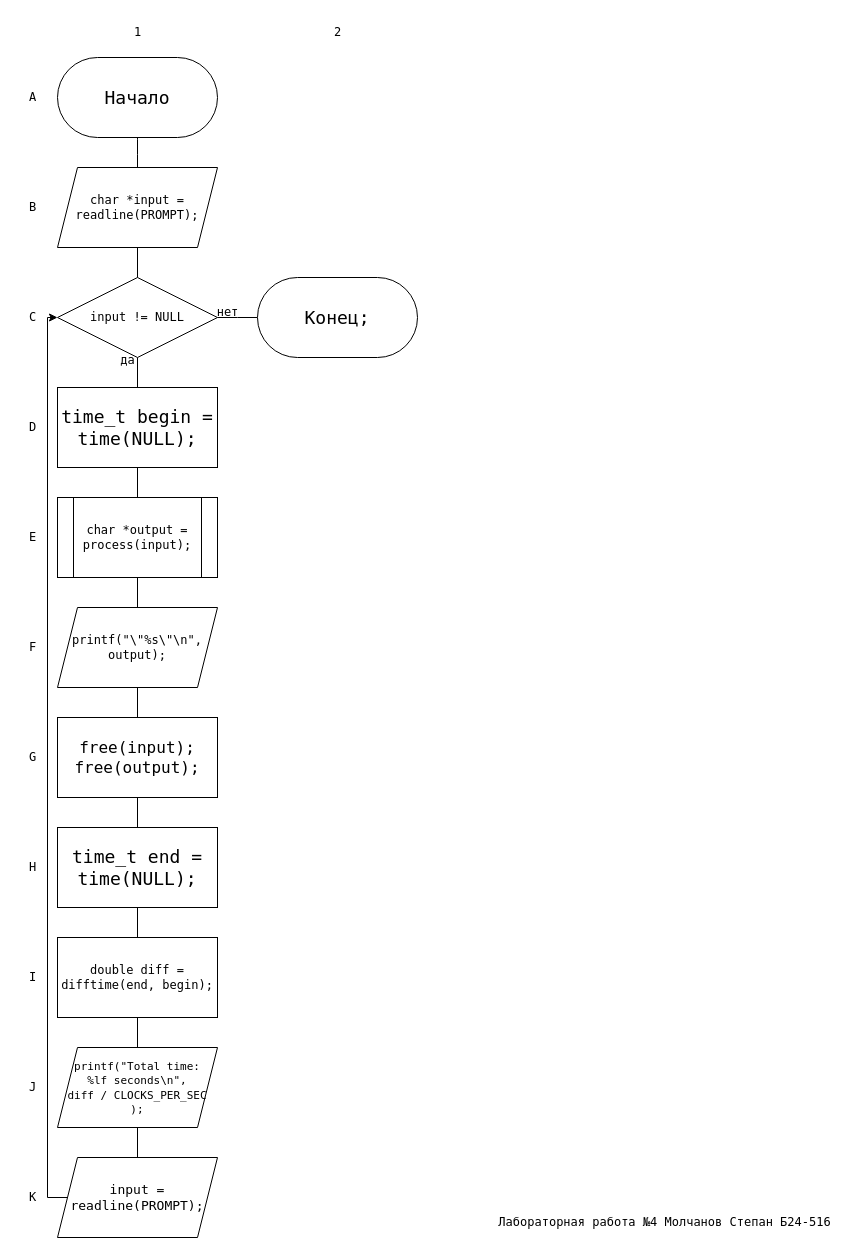
Above: page "main" (1 of 9) of lab4/flowchart.drawio in molchanov71/MEPhIflowcharts (draw.io), before the change. Source tidied: cells renumbered, new cells numbered last; positions are measured from the earlier drawing's top-left corner, leaving out a move shared by most shapes. Both pictures are drawn from the tidied source at 100%, with x=0, y=0 at pixel (17, 17).
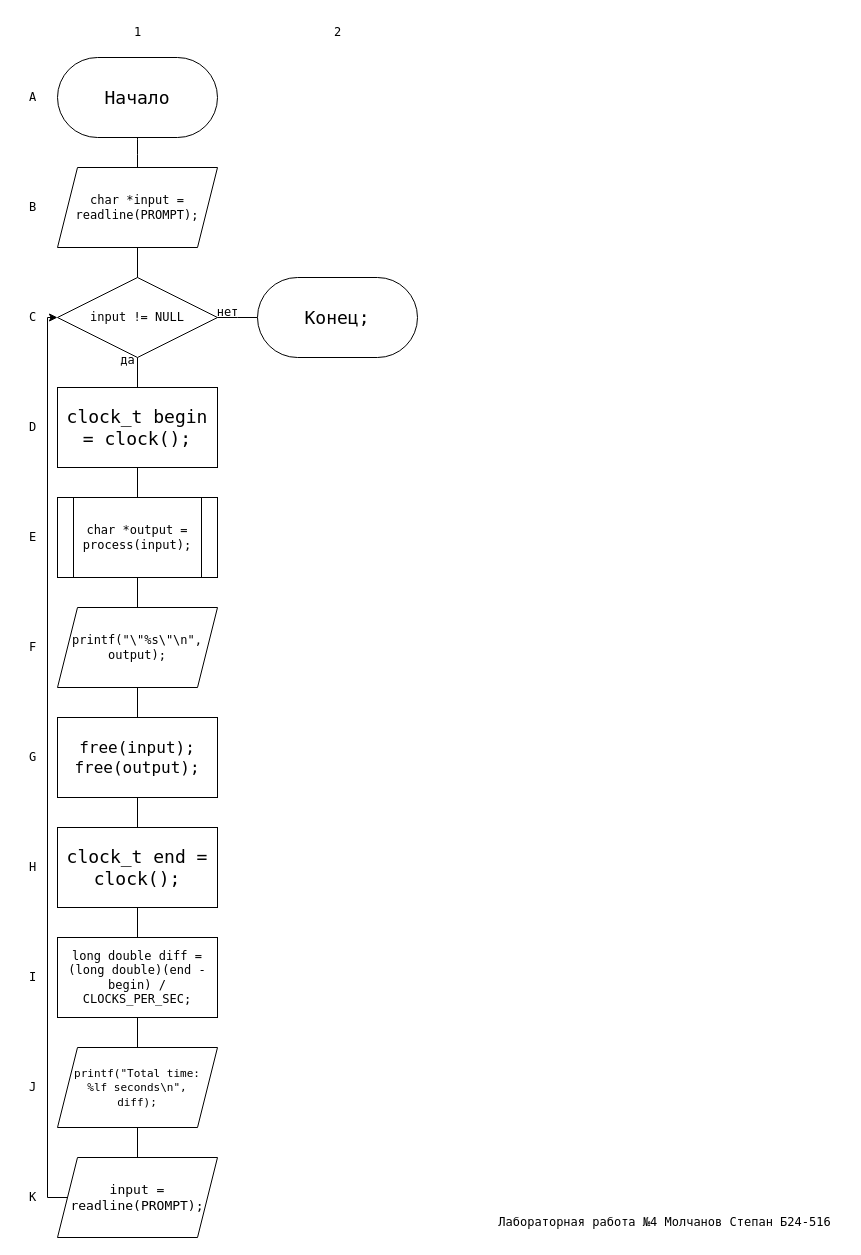
After the change.

What changed in the source:
```diff
@@
-    <mxCell id="32" value="&lt;font style=&quot;font-size: 18px;&quot; face=&quot;Lucida Console&quot;&gt;time_t begin = time(NULL);&lt;/font&gt;" style="rounded=0;whiteSpace=wrap;html=1;" parent="1" vertex="1">
+    <mxCell id="32" value="&lt;font style=&quot;font-size: 18px;&quot; face=&quot;Lucida Console&quot;&gt;clock_t begin = clock();&lt;/font&gt;" style="rounded=0;whiteSpace=wrap;html=1;" parent="1" vertex="1">
       <mxGeometry x="40" y="370" width="160" height="80" as="geometry" />
     </mxCell>
@@
-    <mxCell id="34" value="&lt;font style=&quot;font-size: 18px;&quot; face=&quot;Lucida Console&quot;&gt;time_t end = time(NULL);&lt;/font&gt;" style="rounded=0;whiteSpace=wrap;html=1;" parent="1" vertex="1">
+    <mxCell id="34" value="&lt;font style=&quot;font-size: 18px;&quot; face=&quot;Lucida Console&quot;&gt;clock_t end = clock();&lt;/font&gt;" style="rounded=0;whiteSpace=wrap;html=1;" parent="1" vertex="1">
       <mxGeometry x="40" y="810" width="160" height="80" as="geometry" />
     </mxCell>
@@
-    <mxCell id="36" value="&lt;font face=&quot;Lucida Console&quot;&gt;double diff = difftime(end, begin);&lt;/font&gt;" style="rounded=0;whiteSpace=wrap;html=1;" parent="1" vertex="1">
+    <mxCell id="36" value="&lt;font face=&quot;Lucida Console&quot;&gt;long double diff = (long double)(end - begin) / CLOCKS_PER_SEC;&lt;/font&gt;" style="rounded=0;whiteSpace=wrap;html=1;" parent="1" vertex="1">
       <mxGeometry x="40" y="920" width="160" height="80" as="geometry" />
     </mxCell>
@@
-    <mxCell id="38" value="&lt;font style=&quot;font-size: 11px;&quot; face=&quot;Lucida Console&quot;&gt;printf(&quot;Total time: &lt;br&gt;%lf seconds\n&quot;, &lt;br&gt;diff / CLOCKS_PER_SEC&lt;br&gt;);&lt;/font&gt;" style="shape=parallelogram;perimeter=parallelogramPerimeter;whiteSpace=wrap;html=1;fixedSize=1;" parent="1" vertex="1">
+    <mxCell id="38" value="&lt;font style=&quot;font-size: 11px;&quot; face=&quot;Lucida Console&quot;&gt;printf(&quot;Total time: &lt;br&gt;%lf seconds\n&quot;, &lt;br&gt;diff);&lt;/font&gt;" style="shape=parallelogram;perimeter=parallelogramPerimeter;whiteSpace=wrap;html=1;fixedSize=1;" parent="1" vertex="1">
       <mxGeometry x="40" y="1030" width="160" height="80" as="geometry" />
     </mxCell>
```
